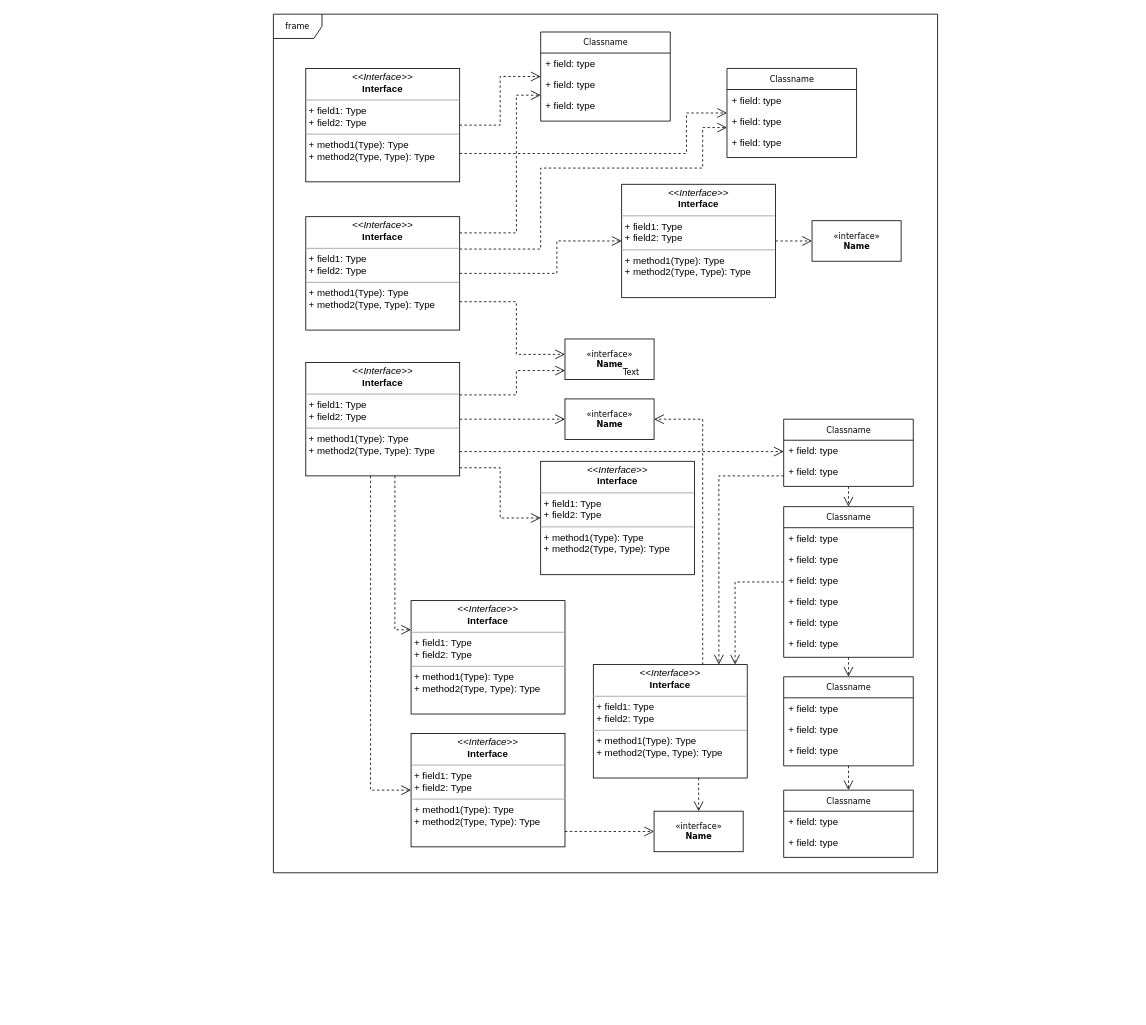
This is Untitled Diagram.drawio from Josef-Friedrich/drawio, a draw.io file, before an edit. Source tidied: cells renumbered, new cells numbered last; positions are measured from the earlier drawing's top-left corner, leaving out a move shared by most shapes. Both pictures are drawn from the tidied source at 81%, with x=0, y=0 at pixel (273, 14).
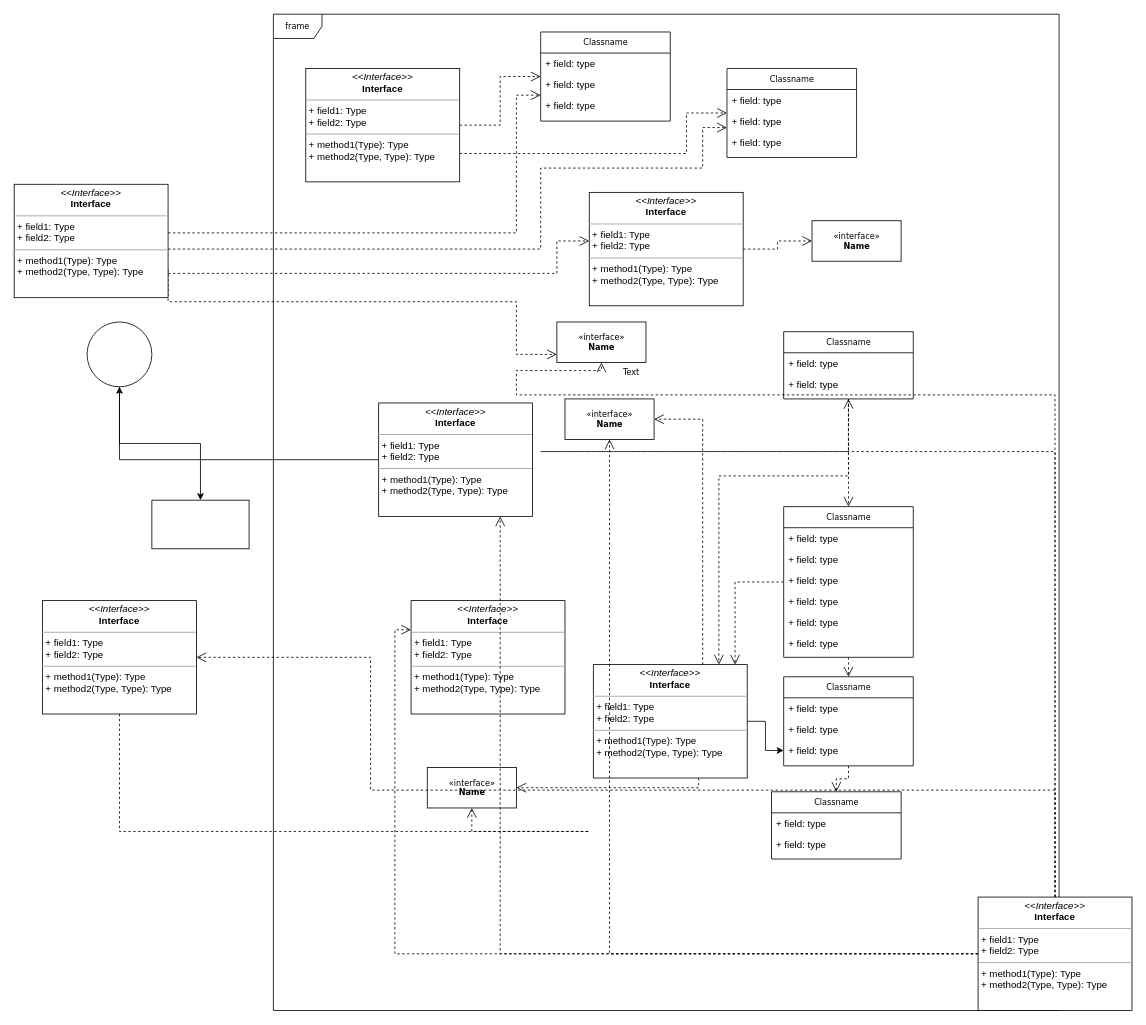
After the change.

The change refers to these unchanged cells:
```xml
<mxCell id="27" value="+ field: type" style="text;html=1;strokeColor=none;fillColor=none;align=left;verticalAlign=top;spacingLeft=4;spacingRight=4;whiteSpace=wrap;overflow=hidden;points=[[0,0.5],[1,0.5]];portConstraint=eastwest;" parent="24" vertex="1">
  <mxGeometry y="78" width="160" height="26" as="geometry" />
</mxCell>
<mxCell id="35" value="&lt;p style=&quot;margin:0px;margin-top:4px;text-align:center;&quot;&gt;&lt;i&gt;&amp;lt;&amp;lt;Interface&amp;gt;&amp;gt;&lt;/i&gt;&lt;br/&gt;&lt;b&gt;Interface&lt;/b&gt;&lt;/p&gt;&lt;hr size=&quot;1&quot;/&gt;&lt;p style=&quot;margin:0px;margin-left:4px;&quot;&gt;+ field1: Type&lt;br/&gt;+ field2: Type&lt;/p&gt;&lt;hr size=&quot;1&quot;/&gt;&lt;p style=&quot;margin:0px;margin-left:4px;&quot;&gt;+ method1(Type): Type&lt;br/&gt;+ method2(Type, Type): Type&lt;/p&gt;" style="verticalAlign=top;align=left;overflow=fill;fontSize=12;fontFamily=Helvetica;html=1;rounded=0;shadow=0;comic=0;labelBackgroundColor=none;strokeWidth=1;" parent="1" vertex="1">
  <mxGeometry x="395" y="803" width="190" height="140" as="geometry" />
</mxCell>
```

Change to the diagram source:
```diff
@@
     <mxCell id="2" value="frame" style="shape=umlFrame;whiteSpace=wrap;html=1;rounded=0;shadow=0;comic=0;labelBackgroundColor=none;strokeWidth=1;fontFamily=Verdana;fontSize=10;align=center;" parent="1" vertex="1">
-      <mxGeometry width="820" height="1060" as="geometry" />
+      <mxGeometry width="970" height="1230" as="geometry" />
     </mxCell>
@@
     <mxCell id="20" value="Classname" style="swimlane;html=1;fontStyle=0;horizontal=1;startSize=26;fillColor=none;swimlaneFillColor=#ffffff;rounded=0;shadow=0;comic=0;labelBackgroundColor=none;strokeWidth=1;fontFamily=Verdana;fontSize=10;align=center;" parent="1" vertex="1">
-      <mxGeometry x="630" y="958" width="160" height="83" as="geometry" />
+      <mxGeometry x="615" y="960" width="160" height="83" as="geometry" />
     </mxCell>
@@
     <mxCell id="29" value="Classname" style="swimlane;html=1;fontStyle=0;horizontal=1;startSize=26;fillColor=none;swimlaneFillColor=#ffffff;rounded=0;shadow=0;comic=0;labelBackgroundColor=none;strokeWidth=1;fontFamily=Verdana;fontSize=10;align=center;" parent="1" vertex="1">
-      <mxGeometry x="630" y="500" width="160" height="83" as="geometry" />
+      <mxGeometry x="630" y="392" width="160" height="83" as="geometry" />
     </mxCell>
@@
     <mxCell id="32" value="&amp;laquo;interface&amp;raquo;&lt;br&gt;&lt;b&gt;Name&lt;/b&gt;" style="html=1;rounded=0;shadow=0;comic=0;labelBackgroundColor=none;strokeWidth=1;fontFamily=Verdana;fontSize=10;align=center;" parent="1" vertex="1">
-      <mxGeometry x="470" y="984" width="110" height="50" as="geometry" />
+      <mxGeometry x="190" y="930" width="110" height="50" as="geometry" />
     </mxCell>
@@
+    <mxCell id="62" style="edgeStyle=orthogonalEdgeStyle;rounded=0;jettySize=auto;html=1;" parent="1" edge="1" source="35" target="27">
+      <mxGeometry relative="1" as="geometry" />
+    </mxCell>
@@
+    <mxCell id="63" style="edgeStyle=orthogonalEdgeStyle;rounded=0;jettySize=auto;html=1;" parent="1" edge="1" source="36" target="65">
+      <mxGeometry relative="1" as="geometry" />
+    </mxCell>
     <mxCell id="36" value="&lt;p style=&quot;margin:0px;margin-top:4px;text-align:center;&quot;&gt;&lt;i&gt;&amp;lt;&amp;lt;Interface&amp;gt;&amp;gt;&lt;/i&gt;&lt;br/&gt;&lt;b&gt;Interface&lt;/b&gt;&lt;/p&gt;&lt;hr size=&quot;1&quot;/&gt;&lt;p style=&quot;margin:0px;margin-left:4px;&quot;&gt;+ field1: Type&lt;br/&gt;+ field2: Type&lt;/p&gt;&lt;hr size=&quot;1&quot;/&gt;&lt;p style=&quot;margin:0px;margin-left:4px;&quot;&gt;+ method1(Type): Type&lt;br/&gt;+ method2(Type, Type): Type&lt;/p&gt;" style="verticalAlign=top;align=left;overflow=fill;fontSize=12;fontFamily=Helvetica;html=1;rounded=0;shadow=0;comic=0;labelBackgroundColor=none;strokeWidth=1;" parent="1" vertex="1">
-      <mxGeometry x="330" y="552" width="190" height="140" as="geometry" />
+      <mxGeometry x="130" y="480" width="190" height="140" as="geometry" />
     </mxCell>
@@
     <mxCell id="38" value="&lt;p style=&quot;margin:0px;margin-top:4px;text-align:center;&quot;&gt;&lt;i&gt;&amp;lt;&amp;lt;Interface&amp;gt;&amp;gt;&lt;/i&gt;&lt;br/&gt;&lt;b&gt;Interface&lt;/b&gt;&lt;/p&gt;&lt;hr size=&quot;1&quot;/&gt;&lt;p style=&quot;margin:0px;margin-left:4px;&quot;&gt;+ field1: Type&lt;br/&gt;+ field2: Type&lt;/p&gt;&lt;hr size=&quot;1&quot;/&gt;&lt;p style=&quot;margin:0px;margin-left:4px;&quot;&gt;+ method1(Type): Type&lt;br/&gt;+ method2(Type, Type): Type&lt;/p&gt;" style="verticalAlign=top;align=left;overflow=fill;fontSize=12;fontFamily=Helvetica;html=1;rounded=0;shadow=0;comic=0;labelBackgroundColor=none;strokeWidth=1;" parent="1" vertex="1">
-      <mxGeometry x="170" y="888" width="190" height="140" as="geometry" />
+      <mxGeometry x="-285" y="724" width="190" height="140" as="geometry" />
     </mxCell>
@@
     <mxCell id="41" value="&amp;laquo;interface&amp;raquo;&lt;br&gt;&lt;b&gt;Name&lt;/b&gt;" style="html=1;rounded=0;shadow=0;comic=0;labelBackgroundColor=none;strokeWidth=1;fontFamily=Verdana;fontSize=10;align=center;" parent="1" vertex="1">
-      <mxGeometry x="360" y="401" width="110" height="50" as="geometry" />
+      <mxGeometry x="350" y="380" width="110" height="50" as="geometry" />
     </mxCell>
@@
     <mxCell id="43" value="&lt;p style=&quot;margin:0px;margin-top:4px;text-align:center;&quot;&gt;&lt;i&gt;&amp;lt;&amp;lt;Interface&amp;gt;&amp;gt;&lt;/i&gt;&lt;br/&gt;&lt;b&gt;Interface&lt;/b&gt;&lt;/p&gt;&lt;hr size=&quot;1&quot;/&gt;&lt;p style=&quot;margin:0px;margin-left:4px;&quot;&gt;+ field1: Type&lt;br/&gt;+ field2: Type&lt;/p&gt;&lt;hr size=&quot;1&quot;/&gt;&lt;p style=&quot;margin:0px;margin-left:4px;&quot;&gt;+ method1(Type): Type&lt;br/&gt;+ method2(Type, Type): Type&lt;/p&gt;" style="verticalAlign=top;align=left;overflow=fill;fontSize=12;fontFamily=Helvetica;html=1;rounded=0;shadow=0;comic=0;labelBackgroundColor=none;strokeWidth=1;" parent="1" vertex="1">
-      <mxGeometry x="430" y="210" width="190" height="140" as="geometry" />
+      <mxGeometry x="390" y="220" width="190" height="140" as="geometry" />
     </mxCell>
@@
     <mxCell id="53" value="&lt;p style=&quot;margin:0px;margin-top:4px;text-align:center;&quot;&gt;&lt;i&gt;&amp;lt;&amp;lt;Interface&amp;gt;&amp;gt;&lt;/i&gt;&lt;br/&gt;&lt;b&gt;Interface&lt;/b&gt;&lt;/p&gt;&lt;hr size=&quot;1&quot;/&gt;&lt;p style=&quot;margin:0px;margin-left:4px;&quot;&gt;+ field1: Type&lt;br/&gt;+ field2: Type&lt;/p&gt;&lt;hr size=&quot;1&quot;/&gt;&lt;p style=&quot;margin:0px;margin-left:4px;&quot;&gt;+ method1(Type): Type&lt;br/&gt;+ method2(Type, Type): Type&lt;/p&gt;" style="verticalAlign=top;align=left;overflow=fill;fontSize=12;fontFamily=Helvetica;html=1;rounded=0;shadow=0;comic=0;labelBackgroundColor=none;strokeWidth=1;" parent="1" vertex="1">
-      <mxGeometry x="40" y="250" width="190" height="140" as="geometry" />
+      <mxGeometry x="-320" y="210" width="190" height="140" as="geometry" />
     </mxCell>
@@
     <mxCell id="60" value="&lt;p style=&quot;margin:0px;margin-top:4px;text-align:center;&quot;&gt;&lt;i&gt;&amp;lt;&amp;lt;Interface&amp;gt;&amp;gt;&lt;/i&gt;&lt;br/&gt;&lt;b&gt;Interface&lt;/b&gt;&lt;/p&gt;&lt;hr size=&quot;1&quot;/&gt;&lt;p style=&quot;margin:0px;margin-left:4px;&quot;&gt;+ field1: Type&lt;br/&gt;+ field2: Type&lt;/p&gt;&lt;hr size=&quot;1&quot;/&gt;&lt;p style=&quot;margin:0px;margin-left:4px;&quot;&gt;+ method1(Type): Type&lt;br/&gt;+ method2(Type, Type): Type&lt;/p&gt;" style="verticalAlign=top;align=left;overflow=fill;fontSize=12;fontFamily=Helvetica;html=1;rounded=0;shadow=0;comic=0;labelBackgroundColor=none;strokeWidth=1;" parent="1" vertex="1">
-      <mxGeometry x="40" y="430" width="190" height="140" as="geometry" />
+      <mxGeometry x="870" y="1090" width="190" height="140" as="geometry" />
     </mxCell>
@@
+    <mxCell id="64" style="edgeStyle=orthogonalEdgeStyle;rounded=0;jettySize=auto;html=1;" parent="1" edge="1" source="65" target="66">
+      <mxGeometry relative="1" as="geometry" />
+    </mxCell>
+    <mxCell id="65" style="ellipse;whiteSpace=wrap;html=1;align=left;verticalAlign=top;rounded=0;shadow=0;comic=0;labelBackgroundColor=none;strokeWidth=1;" parent="1" vertex="1">
+      <mxGeometry x="-230" y="380" width="80" height="80" as="geometry" />
+    </mxCell>
+    <mxCell id="66" style="whiteSpace=wrap;html=1;align=left;verticalAlign=top;rounded=0;shadow=0;comic=0;labelBackgroundColor=none;strokeWidth=1;" parent="1" vertex="1">
+      <mxGeometry x="-150" y="600" width="120" height="60" as="geometry" />
+    </mxCell>
```
